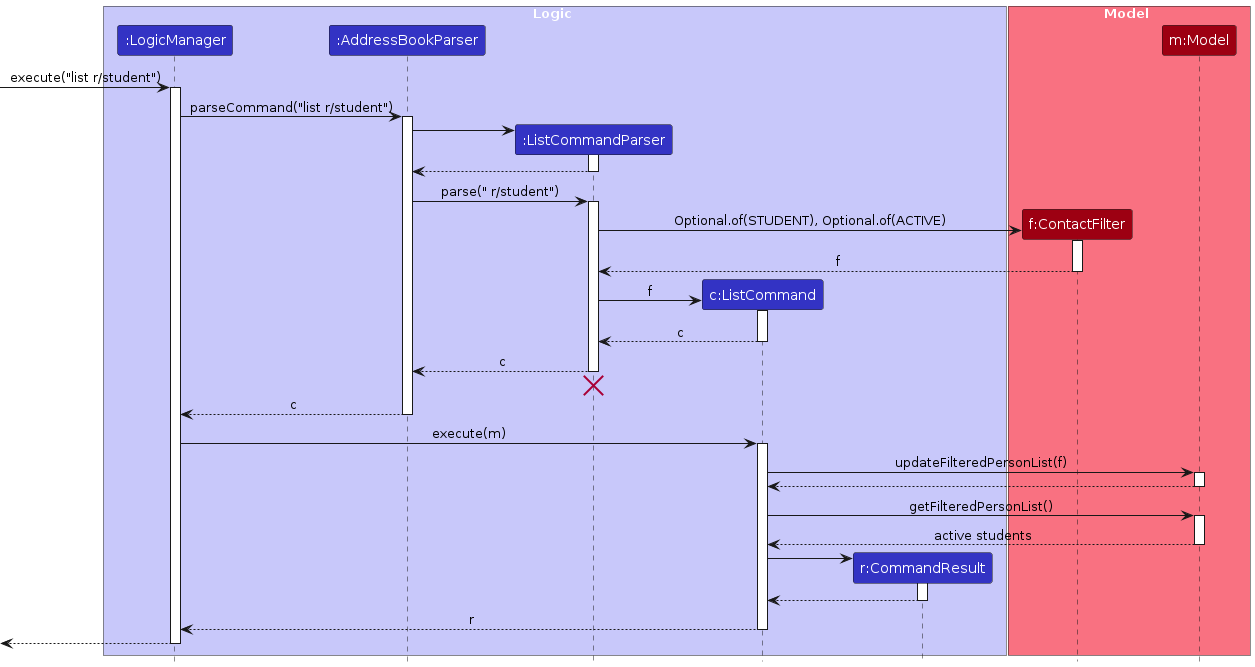
Before: diagrams/ListSequenceDiagram.png, a diagram exported from PlantUML (AY2627S1-CS2103T-T15-2/tp). Its source is kept beside it as diagrams/ListSequenceDiagram.puml.
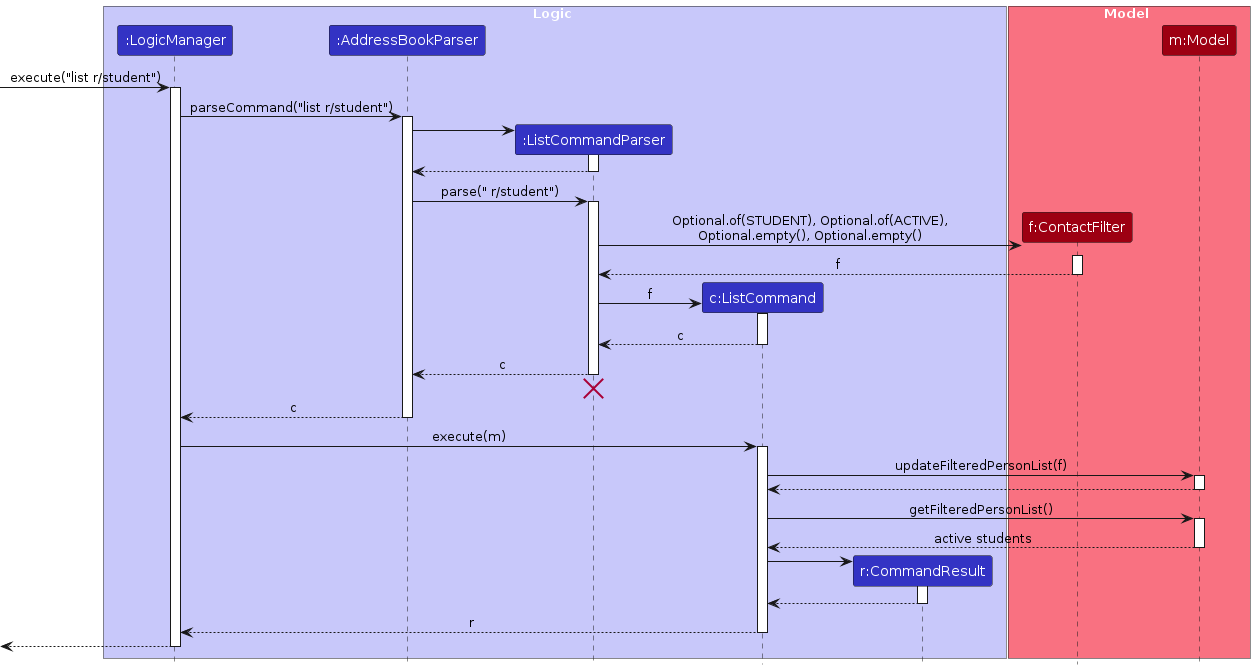
The same diagram one commit later.

What changed in the source:
```diff
@@ -32,7 +32,7 @@
 activate ListCommandParser
 
 create ContactFilter
-ListCommandParser -> ContactFilter : Optional.of(STUDENT), Optional.of(ACTIVE)
+ListCommandParser -> ContactFilter : Optional.of(STUDENT), Optional.of(ACTIVE),\nOptional.empty(), Optional.empty()
 activate ContactFilter
 
 ContactFilter --> ListCommandParser : f
```
